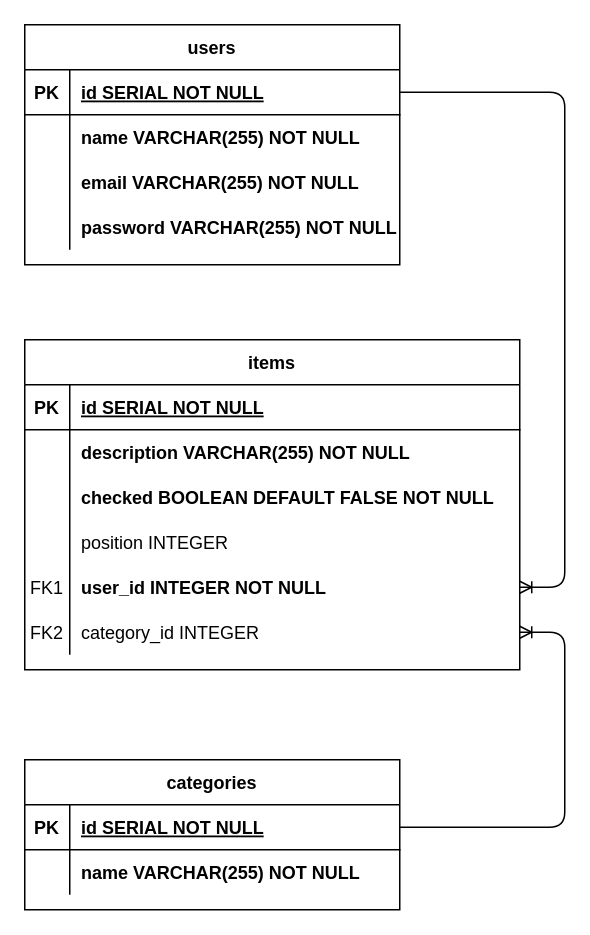
RussellAbraham/smartTodoApp keeps this draw.io diagram as docs/midterm-ERD.drawio. Above is the earlier version. Source tidied: cells renumbered, new cells numbered last; positions are measured from the earlier drawing's top-left corner, leaving out a move shared by most shapes. Both pictures are drawn from the tidied source at 150%, with x=0, y=0 at pixel (24, 24).
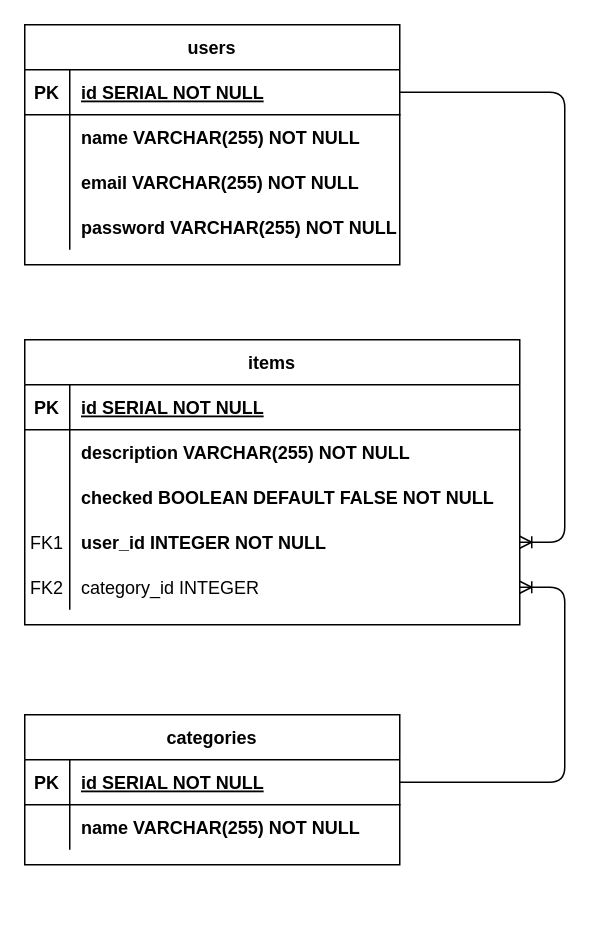
The same page after the edit.

Commit message (it also covers changes not shown here):
Version 1 of the User Stories and ERD as defined by the team

The edit, as a diff of the source:
```diff
@@
     <mxCell id="15" value="categories" style="shape=table;startSize=30;childLayout=tableLayout;rowLines=0;fontStyle=1;align=center;" parent="1" vertex="1">
-      <mxGeometry y="490" width="250" height="100" as="geometry" />
+      <mxGeometry y="460" width="250" height="100" as="geometry" />
     </mxCell>
@@
     <mxCell id="22" value="items" style="shape=table;startSize=30;childLayout=tableLayout;rowLines=0;fontStyle=1;align=center;" parent="1" vertex="1">
-      <mxGeometry y="210" width="330" height="220" as="geometry" />
+      <mxGeometry y="210" width="330" height="190" as="geometry" />
     </mxCell>
@@
-    <mxCell id="32" style="shape=partialRectangle;fillColor=none;top=0;left=0;right=0;bottom=0;fontStyle=0;" parent="22" vertex="1">
-      <mxGeometry y="120" width="330" height="30" as="geometry" />
-    </mxCell>
-    <mxCell id="33" style="shape=partialRectangle;overflow=hidden;fillColor=none;top=0;left=0;bottom=0;right=0;" parent="32" vertex="1">
-      <mxGeometry width="30" height="30" as="geometry" />
-    </mxCell>
-    <mxCell id="34" value="position INTEGER" style="shape=partialRectangle;overflow=hidden;fillColor=none;top=0;left=0;bottom=0;right=0;align=left;spacingLeft=6;fontStyle=0;" parent="32" vertex="1">
-      <mxGeometry x="30" width="300" height="30" as="geometry" />
-    </mxCell>
     <mxCell id="35" style="shape=partialRectangle;fillColor=none;points=[[0,0.5],[1,0.5]];portConstraint=eastwest;top=0;left=0;right=0;bottom=0;" parent="22" vertex="1">
-      <mxGeometry y="150" width="330" height="30" as="geometry" />
+      <mxGeometry y="120" width="330" height="30" as="geometry" />
     </mxCell>
@@
     <mxCell id="38" style="shape=partialRectangle;fillColor=none;points=[[0,0.5],[1,0.5]];portConstraint=eastwest;top=0;left=0;right=0;bottom=0;fontStyle=0;" parent="22" vertex="1">
-      <mxGeometry y="180" width="330" height="30" as="geometry" />
+      <mxGeometry y="150" width="330" height="30" as="geometry" />
     </mxCell>
```
